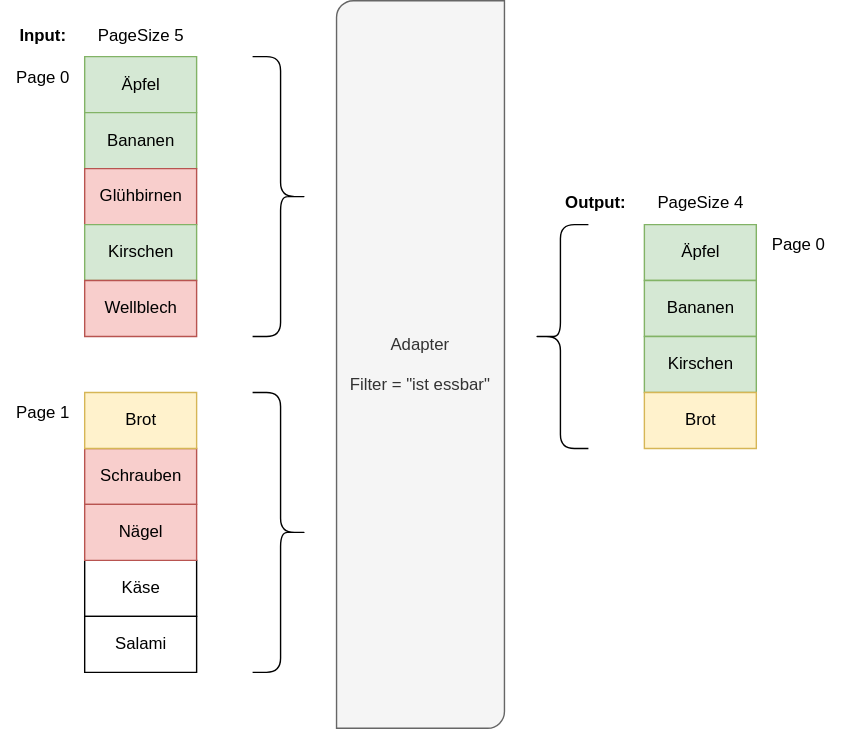
Before: src/docs/asciidoc/images/PagingWithFilter.svg, a diagram exported from draw.io (cwahlmann/searchadapter). Source tidied: cells renumbered, new cells last; positions are measured from the earlier drawing's top-left corner, leaving out a move shared by most shapes.
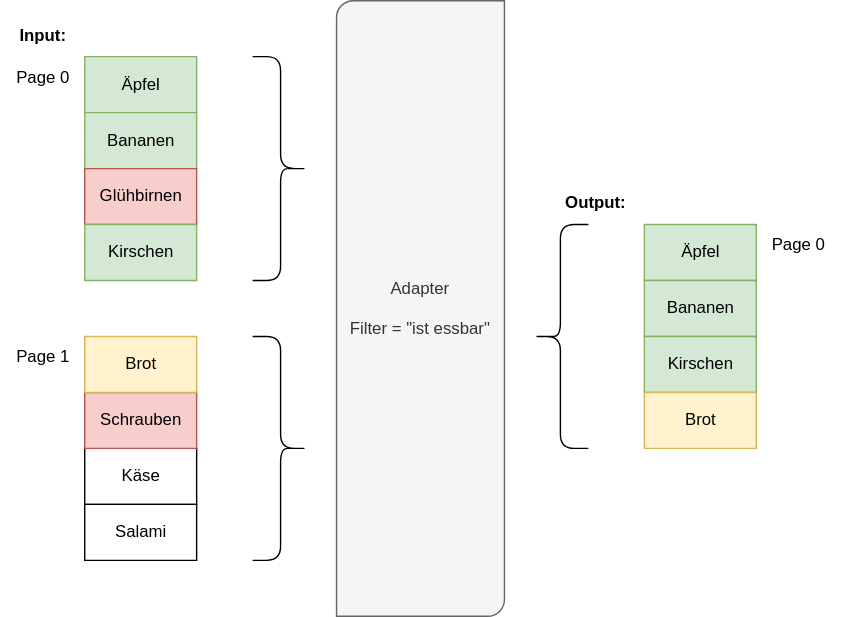
The same file after the commit.

The edit, as a diff of the source:
```diff
@@ -14,11 +14,8 @@
     <mxCell id="5" value="Kirschen" style="verticalLabelPosition=middle;verticalAlign=middle;html=1;shape=mxgraph.basic.rect;fillColor2=none;strokeWidth=1;size=20;indent=5;labelPosition=center;align=center;fillColor=#d5e8d4;strokeColor=#82b366;" parent="1" vertex="1">
       <mxGeometry x="60" y="160" width="80" height="40" as="geometry" />
     </mxCell>
-    <mxCell id="6" value="Wellblech" style="verticalLabelPosition=middle;verticalAlign=middle;html=1;shape=mxgraph.basic.rect;fillColor2=none;strokeWidth=1;size=20;indent=5;labelPosition=center;align=center;fillColor=#f8cecc;strokeColor=#b85450;" parent="1" vertex="1">
-      <mxGeometry x="60" y="200" width="80" height="40" as="geometry" />
-    </mxCell>
     <mxCell id="7" value="Käse" style="verticalLabelPosition=middle;verticalAlign=middle;html=1;shape=mxgraph.basic.rect;fillColor2=none;strokeWidth=1;size=20;indent=5;labelPosition=center;align=center;" parent="1" vertex="1">
-      <mxGeometry x="60" y="400" width="80" height="40" as="geometry" />
+      <mxGeometry x="60" y="320" width="80" height="40" as="geometry" />
     </mxCell>
     <mxCell id="8" value="Äpfel" style="verticalLabelPosition=middle;verticalAlign=middle;html=1;shape=mxgraph.basic.rect;fillColor2=none;strokeWidth=1;size=20;indent=5;labelPosition=center;align=center;fillColor=#d5e8d4;strokeColor=#82b366;" parent="1" vertex="1">
       <mxGeometry x="460" y="160" width="80" height="40" as="geometry" />
@@ -33,44 +30,35 @@
       <mxGeometry x="460" y="280" width="80" height="40" as="geometry" />
     </mxCell>
     <mxCell id="12" value="Schrauben" style="verticalLabelPosition=middle;verticalAlign=middle;html=1;shape=mxgraph.basic.rect;fillColor2=none;strokeWidth=1;size=20;indent=5;labelPosition=center;align=center;fillColor=#f8cecc;strokeColor=#b85450;" parent="1" vertex="1">
-      <mxGeometry x="60" y="320" width="80" height="40" as="geometry" />
+      <mxGeometry x="60" y="280" width="80" height="40" as="geometry" />
     </mxCell>
-    <mxCell id="13" value="Nägel&lt;br&gt;" style="verticalLabelPosition=middle;verticalAlign=middle;html=1;shape=mxgraph.basic.rect;fillColor2=none;strokeWidth=1;size=20;indent=5;labelPosition=center;align=center;fillColor=#f8cecc;strokeColor=#b85450;" parent="1" vertex="1">
-      <mxGeometry x="60" y="360" width="80" height="40" as="geometry" />
-    </mxCell>
     <mxCell id="14" value="Brot" style="verticalLabelPosition=middle;verticalAlign=middle;html=1;shape=mxgraph.basic.rect;fillColor2=none;strokeWidth=1;size=20;indent=5;labelPosition=center;align=center;fillColor=#fff2cc;strokeColor=#d6b656;" parent="1" vertex="1">
-      <mxGeometry x="60" y="280" width="80" height="40" as="geometry" />
+      <mxGeometry x="60" y="240" width="80" height="40" as="geometry" />
     </mxCell>
     <mxCell id="15" value="Salami" style="verticalLabelPosition=middle;verticalAlign=middle;html=1;shape=mxgraph.basic.rect;fillColor2=none;strokeWidth=1;size=20;indent=5;labelPosition=center;align=center;" parent="1" vertex="1">
-      <mxGeometry x="60" y="440" width="80" height="40" as="geometry" />
+      <mxGeometry x="60" y="360" width="80" height="40" as="geometry" />
     </mxCell>
     <mxCell id="16" value="Page 0" style="text;html=1;align=center;verticalAlign=middle;strokeColor=none;fillColor=none;" parent="1" vertex="1">
       <mxGeometry y="40" width="60" height="30" as="geometry" />
     </mxCell>
     <mxCell id="17" value="Page 1" style="text;html=1;align=center;verticalAlign=middle;strokeColor=none;fillColor=none;" parent="1" vertex="1">
-      <mxGeometry y="280" width="60" height="30" as="geometry" />
+      <mxGeometry y="240" width="60" height="30" as="geometry" />
     </mxCell>
     <mxCell id="18" value="Page 0" style="text;html=1;align=center;verticalAlign=middle;strokeColor=none;fillColor=none;" parent="1" vertex="1">
       <mxGeometry x="540" y="160" width="60" height="30" as="geometry" />
     </mxCell>
     <mxCell id="19" value="Adapter&lt;br&gt;&lt;br&gt;Filter = &quot;ist essbar&quot;" style="verticalLabelPosition=middle;verticalAlign=middle;html=1;shape=mxgraph.basic.diag_round_rect;dx=6;whiteSpace=wrap;labelPosition=center;align=center;fillColor=#f5f5f5;fontColor=#333333;strokeColor=#666666;" parent="1" vertex="1">
-      <mxGeometry x="240" width="120" height="520" as="geometry" />
+      <mxGeometry x="240" width="120" height="440" as="geometry" />
     </mxCell>
     <mxCell id="20" style="shape=curlyBracket;whiteSpace=wrap;html=1;rounded=1;flipH=1;labelPosition=right;verticalLabelPosition=middle;align=left;verticalAlign=middle;" parent="1" vertex="1">
-      <mxGeometry x="180" y="40" width="40" height="200" as="geometry" />
+      <mxGeometry x="180" y="40" width="40" height="160" as="geometry" />
     </mxCell>
     <mxCell id="21" style="shape=curlyBracket;whiteSpace=wrap;html=1;rounded=1;flipH=1;labelPosition=right;verticalLabelPosition=middle;align=left;verticalAlign=middle;" parent="1" vertex="1">
-      <mxGeometry x="180" y="280" width="40" height="200" as="geometry" />
+      <mxGeometry x="180" y="240" width="40" height="160" as="geometry" />
     </mxCell>
     <mxCell id="22" style="shape=curlyBracket;whiteSpace=wrap;html=1;rounded=1;flipH=1;labelPosition=right;verticalLabelPosition=middle;align=left;verticalAlign=middle;rotation=-180;" parent="1" vertex="1">
       <mxGeometry x="380" y="160" width="40" height="160" as="geometry" />
     </mxCell>
-    <mxCell id="23" value="PageSize 5" style="text;html=1;align=center;verticalAlign=middle;strokeColor=none;fillColor=none;" parent="1" vertex="1">
-      <mxGeometry x="60" y="10" width="80" height="30" as="geometry" />
-    </mxCell>
-    <mxCell id="24" value="PageSize 4" style="text;html=1;align=center;verticalAlign=middle;strokeColor=none;fillColor=none;" parent="1" vertex="1">
-      <mxGeometry x="460" y="130" width="80" height="30" as="geometry" />
-    </mxCell>
     <mxCell id="25" value="&lt;b&gt;Input:&lt;/b&gt;" style="text;html=1;align=center;verticalAlign=middle;strokeColor=none;fillColor=none;" parent="1" vertex="1">
       <mxGeometry y="10" width="60" height="30" as="geometry" />
     </mxCell>
```
